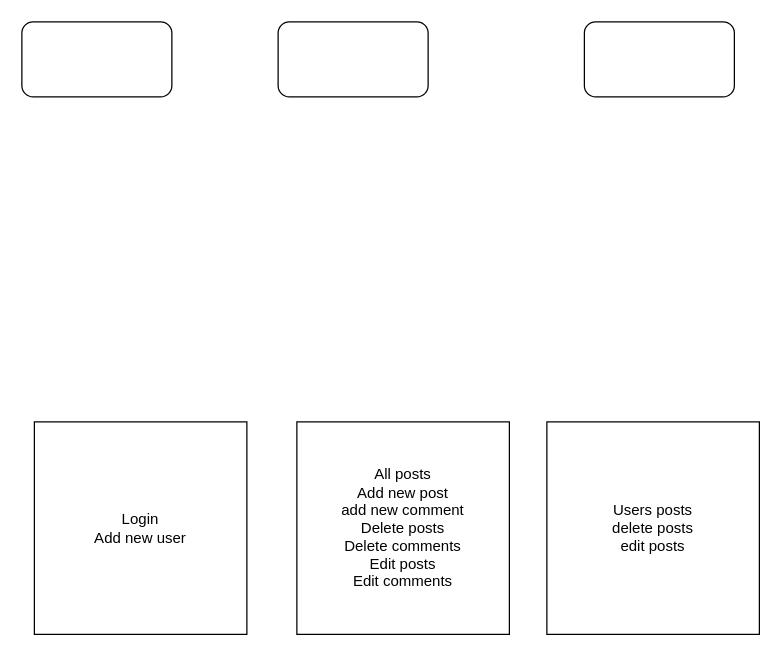
The draw.io diagram frontend.drawio in bennysuf/Twidler-frontend, before the edit. Source tidied: cells renumbered, new cells numbered last; positions are measured from the earlier drawing's top-left corner, leaving out a move shared by most shapes. Both pictures are drawn from the tidied source at 125%, with x=0, y=0 at pixel (21, 21).
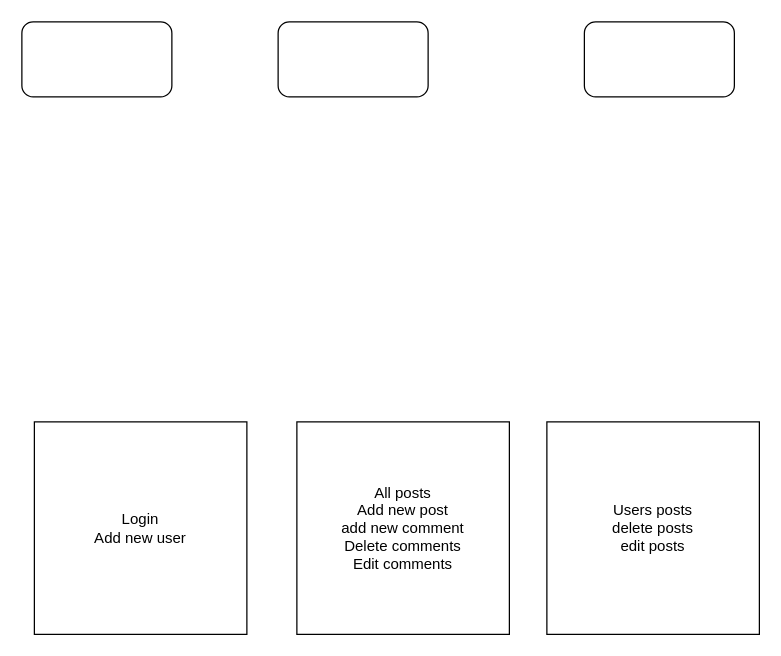
After the change.

The edit, as a diff of the source:
```diff
@@
 <mxGraphModel>
   <root>
     <mxCell id="0" />
     <mxCell id="1" parent="0" />
     <mxCell id="2" style="rounded=1;whiteSpace=wrap;html=1;" parent="1" vertex="1">
       <mxGeometry width="120" height="60" as="geometry" />
     </mxCell>
     <mxCell id="3" style="rounded=1;whiteSpace=wrap;html=1;" parent="1" vertex="1">
       <mxGeometry x="205" width="120" height="60" as="geometry" />
     </mxCell>
     <mxCell id="4" style="rounded=1;whiteSpace=wrap;html=1;" parent="1" vertex="1">
       <mxGeometry x="450" width="120" height="60" as="geometry" />
     </mxCell>
     <mxCell id="5" value="Login&lt;br&gt;Add new user" style="whiteSpace=wrap;html=1;" parent="1" vertex="1">
       <mxGeometry x="10" y="320" width="170" height="170" as="geometry" />
     </mxCell>
-    <mxCell id="6" value="All posts&lt;br&gt;Add new post&lt;br&gt;add new comment&lt;br&gt;Delete posts&lt;br&gt;Delete comments&lt;br&gt;Edit posts&lt;br&gt;Edit comments" style="whiteSpace=wrap;html=1;" parent="1" vertex="1">
+    <mxCell id="6" value="All posts&lt;br&gt;Add new post&lt;br&gt;add new comment&lt;br&gt;Delete comments&lt;br&gt;Edit comments" style="whiteSpace=wrap;html=1;" parent="1" vertex="1">
       <mxGeometry x="220" y="320" width="170" height="170" as="geometry" />
     </mxCell>
     <mxCell id="7" value="Users posts&lt;br&gt;delete posts&lt;br&gt;edit posts" style="whiteSpace=wrap;html=1;" parent="1" vertex="1">
       <mxGeometry x="420" y="320" width="170" height="170" as="geometry" />
     </mxCell>
   </root>
 </mxGraphModel>
```
